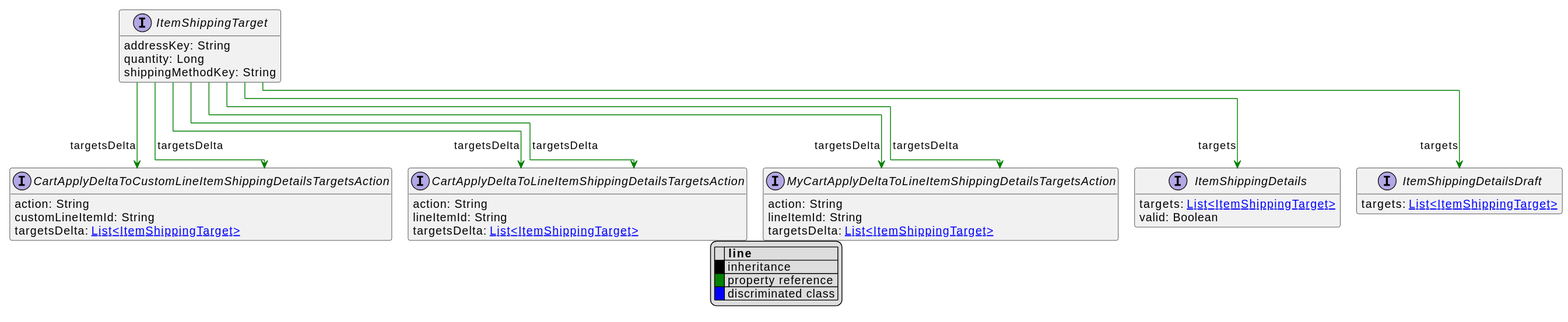
Above: uml/api/svg/ItemShippingTarget.svg in commercetools/commercetools-api-reference (PlantUML), before the change. Its diagram source:
```plantuml
@startuml
!pragma layout elk
hide empty fields
hide empty methods
legend
|= |= line |
|<back:black>   </back>| inheritance |
|<back:green>   </back>| property reference |
|<back:blue>   </back>| discriminated class |
endlegend
interface ItemShippingTarget [[ItemShippingTarget.svg]]  {
    addressKey: String
    quantity: Long
    shippingMethodKey: String
}



interface ItemShippingDetails [[ItemShippingDetails.svg]]  {
    targets: [[ItemShippingTarget.svg List<ItemShippingTarget>]]
    valid: Boolean
}
interface ItemShippingDetailsDraft [[ItemShippingDetailsDraft.svg]]  {
    targets: [[ItemShippingTarget.svg List<ItemShippingTarget>]]
}
interface CartApplyDeltaToCustomLineItemShippingDetailsTargetsAction [[CartApplyDeltaToCustomLineItemShippingDetailsTargetsAction.svg]]  {
    action: String
    customLineItemId: String
    targetsDelta: [[ItemShippingTarget.svg List<ItemShippingTarget>]]
}
interface CartApplyDeltaToLineItemShippingDetailsTargetsAction [[CartApplyDeltaToLineItemShippingDetailsTargetsAction.svg]]  {
    action: String
    lineItemId: String
    targetsDelta: [[ItemShippingTarget.svg List<ItemShippingTarget>]]
}
interface MyCartApplyDeltaToLineItemShippingDetailsTargetsAction [[MyCartApplyDeltaToLineItemShippingDetailsTargetsAction.svg]]  {
    action: String
    lineItemId: String
    targetsDelta: [[ItemShippingTarget.svg List<ItemShippingTarget>]]
}

ItemShippingTarget --> ItemShippingDetails #green;text:green : "targets"
ItemShippingTarget --> ItemShippingDetailsDraft #green;text:green : "targets"
ItemShippingTarget --> CartApplyDeltaToCustomLineItemShippingDetailsTargetsAction #green;text:green : "targetsDelta"
ItemShippingTarget --> CartApplyDeltaToCustomLineItemShippingDetailsTargetsAction #green;text:green : "targetsDelta"
ItemShippingTarget --> CartApplyDeltaToLineItemShippingDetailsTargetsAction #green;text:green : "targetsDelta"
ItemShippingTarget --> CartApplyDeltaToLineItemShippingDetailsTargetsAction #green;text:green : "targetsDelta"
ItemShippingTarget --> MyCartApplyDeltaToLineItemShippingDetailsTargetsAction #green;text:green : "targetsDelta"
ItemShippingTarget --> MyCartApplyDeltaToLineItemShippingDetailsTargetsAction #green;text:green : "targetsDelta"
@enduml
```
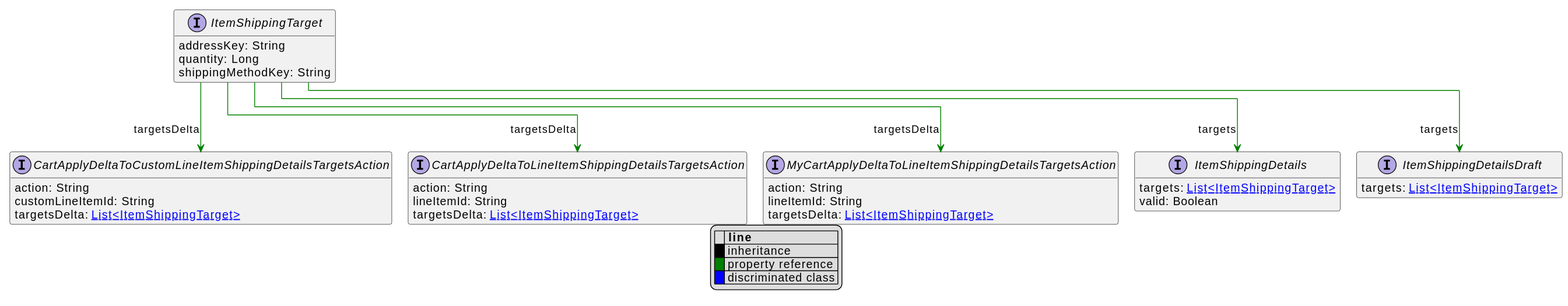
The same file after the commit.

The edit, as a diff of the source:
```diff
@@ -42,9 +42,6 @@
 ItemShippingTarget --> ItemShippingDetails #green;text:green : "targets"
 ItemShippingTarget --> ItemShippingDetailsDraft #green;text:green : "targets"
 ItemShippingTarget --> CartApplyDeltaToCustomLineItemShippingDetailsTargetsAction #green;text:green : "targetsDelta"
-ItemShippingTarget --> CartApplyDeltaToCustomLineItemShippingDetailsTargetsAction #green;text:green : "targetsDelta"
-ItemShippingTarget --> CartApplyDeltaToLineItemShippingDetailsTargetsAction #green;text:green : "targetsDelta"
 ItemShippingTarget --> CartApplyDeltaToLineItemShippingDetailsTargetsAction #green;text:green : "targetsDelta"
 ItemShippingTarget --> MyCartApplyDeltaToLineItemShippingDetailsTargetsAction #green;text:green : "targetsDelta"
-ItemShippingTarget --> MyCartApplyDeltaToLineItemShippingDetailsTargetsAction #green;text:green : "targetsDelta"
 @enduml
```
